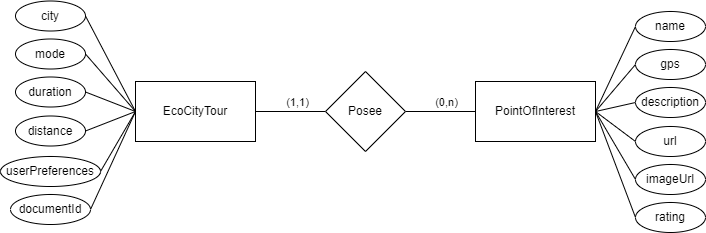
This is project-docs/memoriaTFGII_FPisot/img/diagrama-entidades.png from fps1001/TFGII_FPisot, a draw.io export, as it was before one commit. Source tidied: cells renumbered, new cells last; positions are measured from the earlier drawing's top-left corner, leaving out a move shared by most shapes.
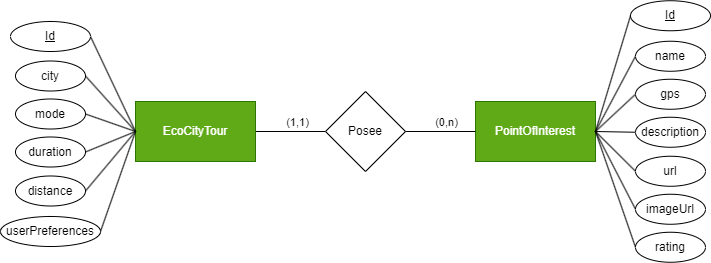
Above is the later version.

Diff of the diagram source:
```diff
@@ -10,11 +10,11 @@
         <mxPoint x="17" y="-11" as="offset" />
       </mxGeometry>
     </mxCell>
-    <mxCell id="4" value="EcoCityTour" style="rounded=0;whiteSpace=wrap;html=1;" parent="1" vertex="1">
-      <mxGeometry x="135" y="80" width="120" height="60" as="geometry" />
+    <mxCell id="4" value="EcoCityTour" style="rounded=0;whiteSpace=wrap;html=1;fillColor=#60a917;fontColor=#ffffff;strokeColor=#2D7600;" parent="1" vertex="1">
+      <mxGeometry x="135" y="40" width="120" height="60" as="geometry" />
     </mxCell>
-    <mxCell id="5" value="PointOfInterest" style="rounded=0;whiteSpace=wrap;html=1;" parent="1" vertex="1">
-      <mxGeometry x="475" y="80" width="120" height="60" as="geometry" />
+    <mxCell id="5" value="PointOfInterest" style="rounded=0;whiteSpace=wrap;html=1;fillColor=#60a917;fontColor=#ffffff;strokeColor=#2D7600;" parent="1" vertex="1">
+      <mxGeometry x="475" y="40" width="120" height="60" as="geometry" />
     </mxCell>
     <mxCell id="6" style="edgeStyle=none;html=1;exitX=1;exitY=0.5;exitDx=0;exitDy=0;entryX=0;entryY=0.5;entryDx=0;entryDy=0;endArrow=none;endFill=0;" parent="1" edge="1" source="8" target="5">
       <mxGeometry relative="1" as="geometry" />
@@ -25,49 +25,43 @@
       </mxGeometry>
     </mxCell>
     <mxCell id="8" value="Posee" style="rhombus;whiteSpace=wrap;html=1;" parent="1" vertex="1">
-      <mxGeometry x="325" y="70" width="80" height="80" as="geometry" />
+      <mxGeometry x="325" y="30" width="80" height="80" as="geometry" />
     </mxCell>
     <mxCell id="9" style="edgeStyle=none;html=1;exitX=0;exitY=0.5;exitDx=0;exitDy=0;entryX=1;entryY=0.5;entryDx=0;entryDy=0;endArrow=none;endFill=0;" parent="1" edge="1" source="10" target="5">
       <mxGeometry relative="1" as="geometry" />
     </mxCell>
     <mxCell id="10" value="name" style="ellipse;whiteSpace=wrap;html=1;" parent="1" vertex="1">
-      <mxGeometry x="635" y="10" width="70" height="30" as="geometry" />
+      <mxGeometry x="635" y="-20.2" width="70" height="30" as="geometry" />
     </mxCell>
     <mxCell id="11" style="edgeStyle=none;html=1;exitX=0;exitY=0.5;exitDx=0;exitDy=0;entryX=1;entryY=0.5;entryDx=0;entryDy=0;endArrow=none;endFill=0;" parent="1" edge="1" source="12" target="5">
       <mxGeometry relative="1" as="geometry" />
     </mxCell>
     <mxCell id="12" value="description" style="ellipse;whiteSpace=wrap;html=1;" parent="1" vertex="1">
-      <mxGeometry x="635" y="86" width="70" height="30" as="geometry" />
+      <mxGeometry x="635" y="55.8" width="70" height="30" as="geometry" />
     </mxCell>
-    <mxCell id="13" style="edgeStyle=none;html=1;exitX=0;exitY=0.5;exitDx=0;exitDy=0;endArrow=none;endFill=0;" parent="1" edge="1" source="14">
-      <mxGeometry relative="1" as="geometry">
-        <mxPoint x="595" y="110" as="targetPoint" />
-      </mxGeometry>
+    <mxCell id="13" style="edgeStyle=none;html=1;exitX=0;exitY=0.5;exitDx=0;exitDy=0;endArrow=none;endFill=0;entryX=1;entryY=0.5;entryDx=0;entryDy=0;" parent="1" edge="1" source="14" target="5">
+      <mxGeometry relative="1" as="geometry" />
     </mxCell>
     <mxCell id="14" value="url" style="ellipse;whiteSpace=wrap;html=1;" parent="1" vertex="1">
-      <mxGeometry x="635" y="125" width="70" height="30" as="geometry" />
+      <mxGeometry x="635" y="94.8" width="70" height="30" as="geometry" />
     </mxCell>
-    <mxCell id="15" style="edgeStyle=none;html=1;exitX=0;exitY=0.5;exitDx=0;exitDy=0;endArrow=none;endFill=0;" parent="1" edge="1" source="16">
-      <mxGeometry relative="1" as="geometry">
-        <mxPoint x="595" y="110" as="targetPoint" />
-      </mxGeometry>
+    <mxCell id="15" style="edgeStyle=none;html=1;exitX=0;exitY=0.5;exitDx=0;exitDy=0;endArrow=none;endFill=0;entryX=1;entryY=0.5;entryDx=0;entryDy=0;" parent="1" edge="1" source="16" target="5">
+      <mxGeometry relative="1" as="geometry" />
     </mxCell>
     <mxCell id="16" value="imageUrl" style="ellipse;whiteSpace=wrap;html=1;" parent="1" vertex="1">
-      <mxGeometry x="635" y="163" width="70" height="30" as="geometry" />
+      <mxGeometry x="635" y="132.8" width="70" height="30" as="geometry" />
     </mxCell>
-    <mxCell id="17" style="edgeStyle=none;html=1;exitX=0;exitY=0.5;exitDx=0;exitDy=0;endArrow=none;endFill=0;" parent="1" edge="1" source="18">
-      <mxGeometry relative="1" as="geometry">
-        <mxPoint x="595" y="110" as="targetPoint" />
-      </mxGeometry>
+    <mxCell id="17" style="edgeStyle=none;html=1;exitX=0;exitY=0.5;exitDx=0;exitDy=0;endArrow=none;endFill=0;entryX=1;entryY=0.5;entryDx=0;entryDy=0;" parent="1" edge="1" source="18" target="5">
+      <mxGeometry relative="1" as="geometry" />
     </mxCell>
     <mxCell id="18" value="rating" style="ellipse;whiteSpace=wrap;html=1;" parent="1" vertex="1">
-      <mxGeometry x="635" y="201" width="70" height="30" as="geometry" />
+      <mxGeometry x="635" y="170.8" width="70" height="30" as="geometry" />
     </mxCell>
     <mxCell id="19" style="edgeStyle=none;html=1;exitX=0;exitY=0.5;exitDx=0;exitDy=0;entryX=1;entryY=0.5;entryDx=0;entryDy=0;endArrow=none;endFill=0;" parent="1" edge="1" source="20" target="5">
       <mxGeometry relative="1" as="geometry" />
     </mxCell>
     <mxCell id="20" value="gps" style="ellipse;whiteSpace=wrap;html=1;" parent="1" vertex="1">
-      <mxGeometry x="635" y="48" width="70" height="30" as="geometry" />
+      <mxGeometry x="635" y="17.8" width="70" height="30" as="geometry" />
     </mxCell>
     <mxCell id="21" style="edgeStyle=none;html=1;exitX=1;exitY=0.5;exitDx=0;exitDy=0;entryX=0;entryY=0.5;entryDx=0;entryDy=0;endArrow=none;endFill=0;" parent="1" edge="1" source="22" target="4">
       <mxGeometry relative="1" as="geometry" />
@@ -81,10 +75,8 @@
     <mxCell id="24" value="duration" style="ellipse;whiteSpace=wrap;html=1;" parent="1" vertex="1">
       <mxGeometry x="15" y="75.5" width="70" height="30" as="geometry" />
     </mxCell>
-    <mxCell id="25" style="edgeStyle=none;html=1;exitX=1;exitY=0.5;exitDx=0;exitDy=0;endArrow=none;endFill=0;" parent="1" edge="1" source="26">
-      <mxGeometry relative="1" as="geometry">
-        <mxPoint x="135" y="110" as="targetPoint" />
-      </mxGeometry>
+    <mxCell id="25" style="edgeStyle=none;html=1;exitX=1;exitY=0.5;exitDx=0;exitDy=0;endArrow=none;endFill=0;entryX=0;entryY=0.5;entryDx=0;entryDy=0;" parent="1" edge="1" source="26" target="4">
+      <mxGeometry relative="1" as="geometry" />
     </mxCell>
     <mxCell id="26" value="distance" style="ellipse;whiteSpace=wrap;html=1;" parent="1" vertex="1">
       <mxGeometry x="15" y="114.5" width="70" height="30" as="geometry" />
@@ -95,21 +87,23 @@
     <mxCell id="28" value="userPreferences" style="ellipse;whiteSpace=wrap;html=1;" parent="1" vertex="1">
       <mxGeometry y="155" width="100" height="30" as="geometry" />
     </mxCell>
-    <mxCell id="29" style="edgeStyle=none;html=1;exitX=1;exitY=0.5;exitDx=0;exitDy=0;endArrow=none;endFill=0;" parent="1" edge="1" source="30">
-      <mxGeometry relative="1" as="geometry">
-        <mxPoint x="135" y="110" as="targetPoint" />
-      </mxGeometry>
+    <mxCell id="29" style="edgeStyle=none;html=1;exitX=1;exitY=0.5;exitDx=0;exitDy=0;endArrow=none;endFill=0;entryX=0;entryY=0.5;entryDx=0;entryDy=0;" parent="1" edge="1" source="30" target="4">
+      <mxGeometry relative="1" as="geometry" />
     </mxCell>
-    <mxCell id="30" value="documentId" style="ellipse;whiteSpace=wrap;html=1;" parent="1" vertex="1">
-      <mxGeometry x="10" y="193" width="80" height="30" as="geometry" />
+    <mxCell id="30" value="&lt;u&gt;Id&lt;/u&gt;" style="ellipse;whiteSpace=wrap;html=1;" parent="1" vertex="1">
+      <mxGeometry x="10" y="-40" width="80" height="30" as="geometry" />
     </mxCell>
-    <mxCell id="31" style="edgeStyle=none;html=1;exitX=1;exitY=0.5;exitDx=0;exitDy=0;endArrow=none;endFill=0;" parent="1" edge="1" source="32">
-      <mxGeometry relative="1" as="geometry">
-        <mxPoint x="135" y="110" as="targetPoint" />
-      </mxGeometry>
+    <mxCell id="31" style="edgeStyle=none;html=1;exitX=1;exitY=0.5;exitDx=0;exitDy=0;endArrow=none;endFill=0;entryX=0;entryY=0.5;entryDx=0;entryDy=0;" parent="1" edge="1" source="32" target="4">
+      <mxGeometry relative="1" as="geometry" />
     </mxCell>
     <mxCell id="32" value="mode" style="ellipse;whiteSpace=wrap;html=1;" parent="1" vertex="1">
       <mxGeometry x="15" y="37.5" width="70" height="30" as="geometry" />
     </mxCell>
+    <mxCell id="33" style="edgeStyle=none;html=1;exitX=0;exitY=0.5;exitDx=0;exitDy=0;entryX=1;entryY=0.5;entryDx=0;entryDy=0;endArrow=none;endFill=0;" parent="1" edge="1" source="34" target="5">
+      <mxGeometry relative="1" as="geometry" />
+    </mxCell>
+    <mxCell id="34" value="&lt;u&gt;Id&lt;/u&gt;" style="ellipse;whiteSpace=wrap;html=1;" parent="1" vertex="1">
+      <mxGeometry x="630" y="-60.8" width="80" height="30" as="geometry" />
+    </mxCell>
   </root>
 </mxGraphModel>
```
